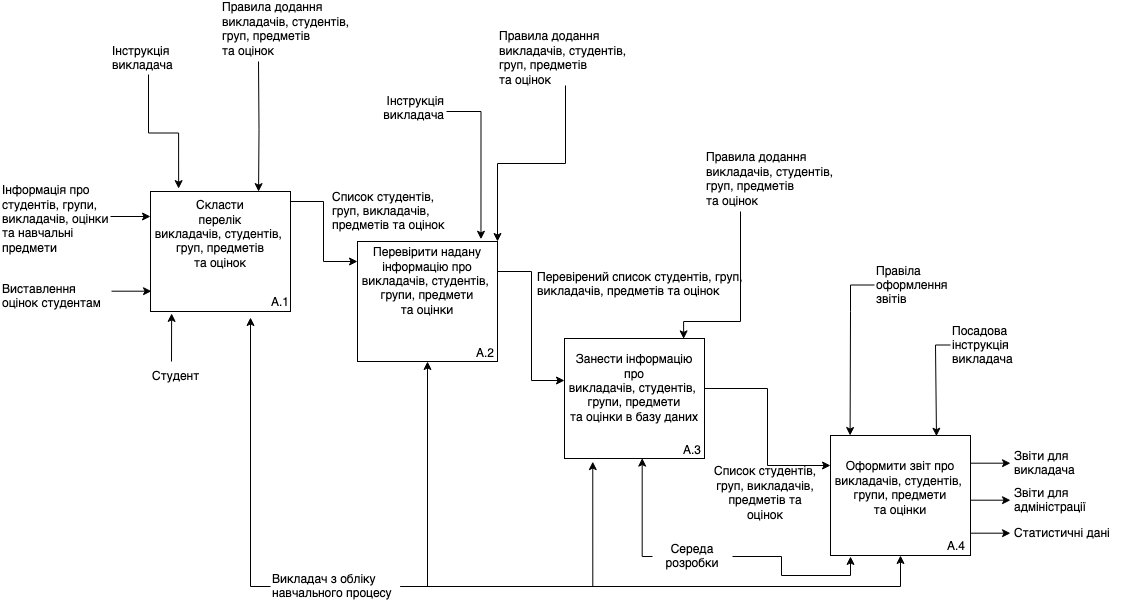
MikeostCorp/Gradify keeps this draw.io diagram as docs/Diagram SADT-4.png. Above is the earlier version. Source tidied: cells renumbered, new cells last; positions are measured from the earlier drawing's top-left corner, leaving out a move shared by most shapes.
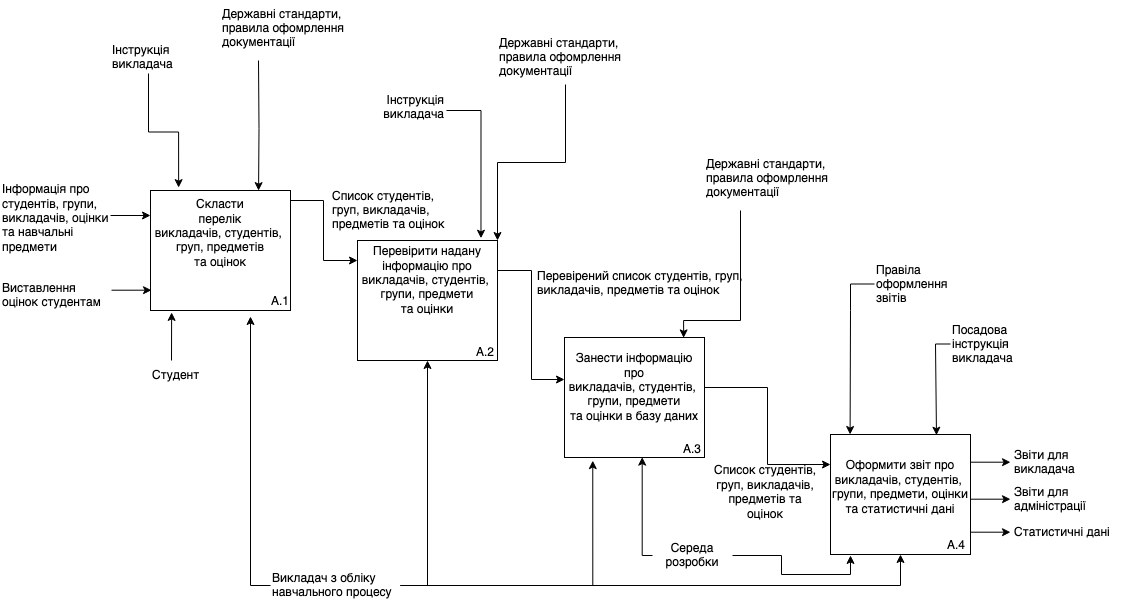
The same diagram one commit later.

Commit message:
docs: [SADT] update info (check desc.)

Diff of the diagram source:
```diff
@@ -64,7 +64,7 @@
     <mxCell id="18" style="rounded=0;whiteSpace=wrap;html=1;" parent="1" vertex="1">
       <mxGeometry x="830" y="434" width="140" height="120" as="geometry" />
     </mxCell>
-    <mxCell id="19" value="Оформити звіт про&lt;br&gt;викладачів, студентів,&amp;nbsp;&lt;br&gt;групи, предмети&lt;br&gt;та оцінки" style="text;html=1;strokeColor=none;fillColor=none;align=center;verticalAlign=middle;whiteSpace=wrap;rounded=0;" parent="1" vertex="1">
+    <mxCell id="19" value="Оформити звіт про&lt;br&gt;викладачів, студентів,&amp;nbsp;&lt;br&gt;групи, предмети, оцінки та статистичні дані" style="text;html=1;strokeColor=none;fillColor=none;align=center;verticalAlign=middle;whiteSpace=wrap;rounded=0;" parent="1" vertex="1">
       <mxGeometry x="830" y="437" width="140" height="100" as="geometry" />
     </mxCell>
     <mxCell id="20" value="A.4" style="text;html=1;strokeColor=none;fillColor=none;align=center;verticalAlign=middle;whiteSpace=wrap;rounded=0;" parent="1" vertex="1">
@@ -193,7 +193,7 @@
         <mxPoint x="258" y="60" as="sourcePoint" />
       </mxGeometry>
     </mxCell>
-    <mxCell id="47" value="&lt;div style=&quot;font-size: 12px;&quot;&gt;Правила додання&amp;nbsp;&lt;/div&gt;викладачів, студентів,&amp;nbsp;&lt;br style=&quot;border-color: var(--border-color); text-align: center;&quot;&gt;&lt;span style=&quot;text-align: center;&quot;&gt;груп, предметів&lt;/span&gt;&lt;br style=&quot;border-color: var(--border-color); text-align: center;&quot;&gt;&lt;span style=&quot;text-align: center;&quot;&gt;та оцінок&lt;/span&gt;" style="text;strokeColor=none;fillColor=none;align=left;verticalAlign=middle;whiteSpace=wrap;rounded=0;shadow=0;fontStyle=0;html=1;fontSize=12;spacingTop=0;" parent="1" vertex="1">
+    <mxCell id="47" value="Державні стандарти, правила офомрлення документації" style="text;strokeColor=none;fillColor=none;align=left;verticalAlign=middle;whiteSpace=wrap;rounded=0;shadow=0;fontStyle=0;html=1;fontSize=12;spacingTop=0;" parent="1" vertex="1">
       <mxGeometry x="220" width="170" height="55" as="geometry" />
     </mxCell>
     <mxCell id="48" style="edgeStyle=orthogonalEdgeStyle;rounded=0;jettySize=auto;html=1;entryX=0.851;entryY=0.004;entryDx=0;entryDy=0;entryPerimeter=0;" parent="1" edge="1" target="11">
@@ -205,13 +205,13 @@
         </Array>
       </mxGeometry>
     </mxCell>
-    <mxCell id="49" value="&lt;div style=&quot;font-size: 12px;&quot;&gt;Правила додання&amp;nbsp;&lt;/div&gt;викладачів, студентів,&amp;nbsp;&lt;br style=&quot;border-color: var(--border-color); text-align: center;&quot;&gt;&lt;span style=&quot;text-align: center;&quot;&gt;груп, предметів&lt;/span&gt;&lt;br style=&quot;border-color: var(--border-color); text-align: center;&quot;&gt;&lt;span style=&quot;text-align: center;&quot;&gt;та оцінок&lt;/span&gt;" style="text;strokeColor=none;fillColor=none;align=left;verticalAlign=middle;whiteSpace=wrap;rounded=0;shadow=0;fontStyle=0;html=1;fontSize=12;spacingTop=0;" parent="1" vertex="1">
+    <mxCell id="49" value="Державні стандарти, правила офомрлення документації" style="text;strokeColor=none;fillColor=none;align=left;verticalAlign=middle;whiteSpace=wrap;rounded=0;shadow=0;fontStyle=0;html=1;fontSize=12;spacingTop=0;" parent="1" vertex="1">
       <mxGeometry x="704" y="150" width="136" height="55" as="geometry" />
     </mxCell>
     <mxCell id="50" style="edgeStyle=orthogonalEdgeStyle;rounded=0;jettySize=auto;html=1;entryX=1;entryY=0;entryDx=0;entryDy=0;" parent="1" edge="1" source="51" target="7">
       <mxGeometry relative="1" as="geometry" />
     </mxCell>
-    <mxCell id="51" value="&lt;div style=&quot;font-size: 12px;&quot;&gt;Правила додання&amp;nbsp;&lt;/div&gt;викладачів, студентів,&amp;nbsp;&lt;br style=&quot;border-color: var(--border-color); text-align: center;&quot;&gt;&lt;span style=&quot;text-align: center;&quot;&gt;груп, предметів&lt;/span&gt;&lt;br style=&quot;border-color: var(--border-color); text-align: center;&quot;&gt;&lt;span style=&quot;text-align: center;&quot;&gt;та оцінок&lt;/span&gt;" style="text;strokeColor=none;fillColor=none;align=left;verticalAlign=middle;whiteSpace=wrap;rounded=0;shadow=0;fontStyle=0;html=1;fontSize=12;spacingTop=0;" parent="1" vertex="1">
+    <mxCell id="51" value="Державні стандарти, правила офомрлення документації" style="text;strokeColor=none;fillColor=none;align=left;verticalAlign=middle;whiteSpace=wrap;rounded=0;shadow=0;fontStyle=0;html=1;fontSize=12;spacingTop=0;" parent="1" vertex="1">
       <mxGeometry x="497" y="29" width="136" height="55" as="geometry" />
     </mxCell>
     <mxCell id="52" style="endArrow=classic;html=1;rounded=0;entryX=0;entryY=1;entryDx=0;entryDy=0;" parent="1" edge="1">
```
